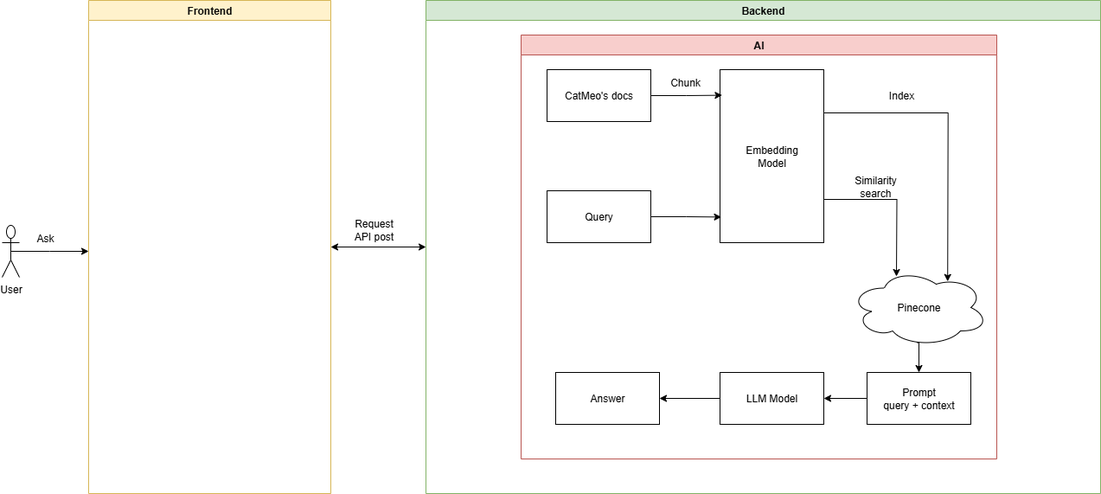
The draw.io diagram architecture/catmeochatbot.png in CatMewChatbotWebsite/CatMeoChatbotWebsite, before a commit. Source tidied: cells renumbered, new cells last; positions are measured from the earlier drawing's top-left corner, leaving out a move shared by most shapes.
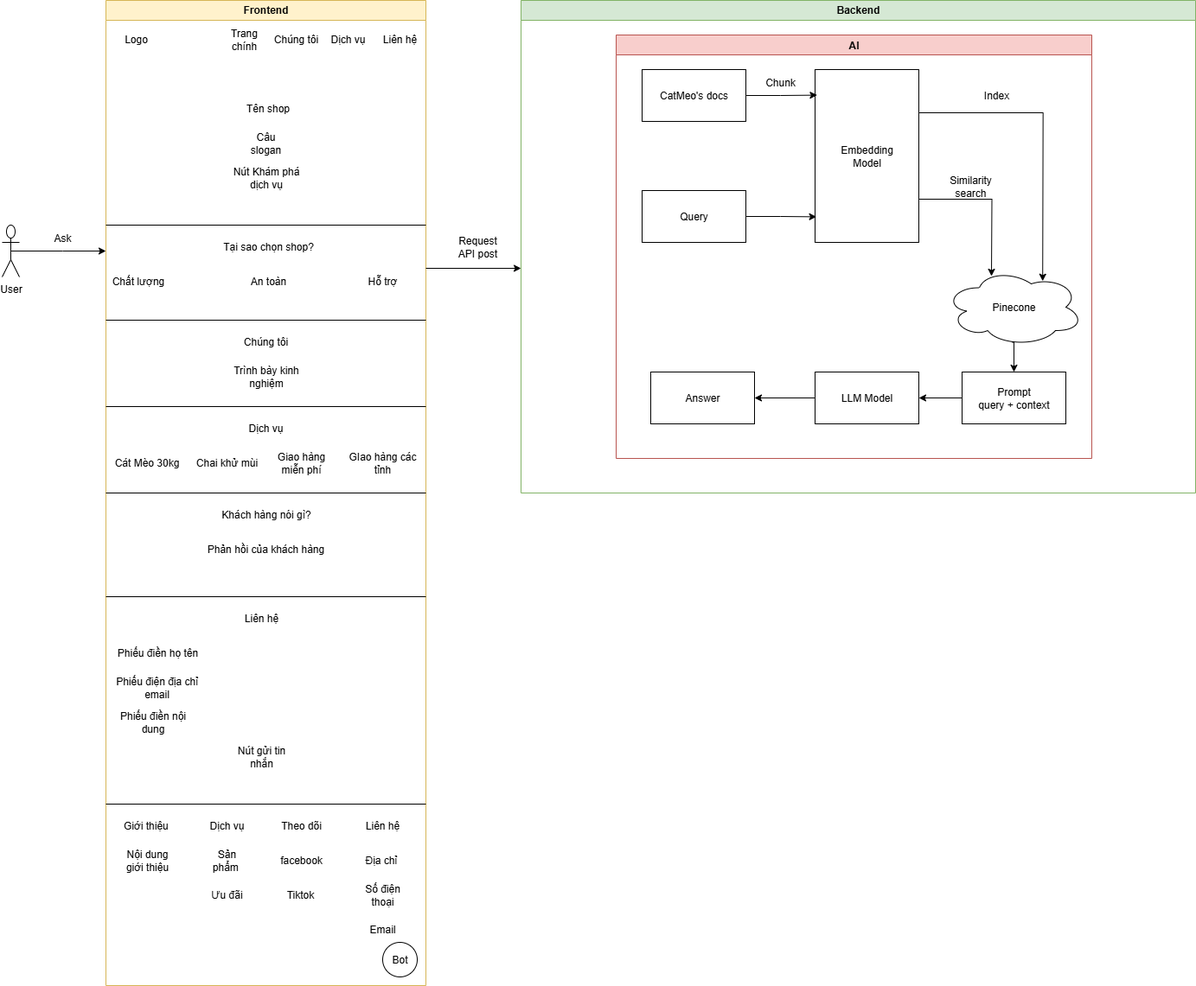
After the change.

The edit, as a diff of the source:
```diff
@@ -67,25 +67,179 @@
     </mxCell>
     <mxCell id="21" style="edgeStyle=orthogonalEdgeStyle;rounded=0;jettySize=auto;html=1;exitX=0.5;exitY=0.5;exitDx=0;exitDy=0;exitPerimeter=0;" parent="1" edge="1" source="22">
       <mxGeometry relative="1" as="geometry">
-        <mxPoint x="100" y="290" as="targetPoint" />
+        <mxPoint x="10" y="290" as="targetPoint" />
       </mxGeometry>
     </mxCell>
     <mxCell id="22" value="User" style="shape=umlActor;verticalLabelPosition=bottom;verticalAlign=top;html=1;outlineConnect=0;" parent="1" vertex="1">
-      <mxGeometry y="260" width="20" height="60" as="geometry" />
+      <mxGeometry x="-110" y="260" width="20" height="60" as="geometry" />
     </mxCell>
     <mxCell id="23" value="Frontend" style="swimlane;whiteSpace=wrap;html=1;fillColor=#fff2cc;strokeColor=#d6b656;" parent="1" vertex="1">
-      <mxGeometry x="100" width="280" height="570" as="geometry" />
+      <mxGeometry x="10" width="370" height="1140" as="geometry" />
     </mxCell>
+    <mxCell id="27" value="Logo" style="text;html=1;align=center;verticalAlign=middle;whiteSpace=wrap;rounded=0;" parent="23" vertex="1">
+      <mxGeometry x="5" y="30" width="60" height="30" as="geometry" />
+    </mxCell>
+    <mxCell id="28" value="Chúng tôi" style="text;html=1;align=center;verticalAlign=middle;whiteSpace=wrap;rounded=0;" parent="23" vertex="1">
+      <mxGeometry x="190" y="30" width="60" height="30" as="geometry" />
+    </mxCell>
+    <mxCell id="29" value="Trang chính" style="text;html=1;align=center;verticalAlign=middle;whiteSpace=wrap;rounded=0;" parent="23" vertex="1">
+      <mxGeometry x="130" y="30" width="60" height="30" as="geometry" />
+    </mxCell>
+    <mxCell id="30" value="Dịch vụ" style="text;html=1;align=center;verticalAlign=middle;whiteSpace=wrap;rounded=0;" parent="23" vertex="1">
+      <mxGeometry x="250" y="30" width="60" height="30" as="geometry" />
+    </mxCell>
+    <mxCell id="31" value="Liên hệ" style="text;html=1;align=center;verticalAlign=middle;whiteSpace=wrap;rounded=0;" parent="23" vertex="1">
+      <mxGeometry x="310" y="30" width="60" height="30" as="geometry" />
+    </mxCell>
+    <mxCell id="32" value="Tên shop" style="text;html=1;align=center;verticalAlign=middle;whiteSpace=wrap;rounded=0;" parent="23" vertex="1">
+      <mxGeometry x="125" y="110" width="125" height="30" as="geometry" />
+    </mxCell>
+    <mxCell id="33" value="Câu slogan" style="text;html=1;align=center;verticalAlign=middle;whiteSpace=wrap;rounded=0;" parent="23" vertex="1">
+      <mxGeometry x="155" y="150" width="60" height="30" as="geometry" />
+    </mxCell>
+    <mxCell id="34" value="Nút Khám phá dịch vụ" style="text;html=1;align=center;verticalAlign=middle;whiteSpace=wrap;rounded=0;" parent="23" vertex="1">
+      <mxGeometry x="142.5" y="190" width="85" height="30" as="geometry" />
+    </mxCell>
+    <mxCell id="35" value="Tại sao chọn shop?" style="text;html=1;align=center;verticalAlign=middle;whiteSpace=wrap;rounded=0;" parent="23" vertex="1">
+      <mxGeometry x="118.8" y="270" width="137.5" height="30" as="geometry" />
+    </mxCell>
+    <mxCell id="36" value="Chất lượng" style="text;html=1;align=center;verticalAlign=middle;whiteSpace=wrap;rounded=0;" parent="23" vertex="1">
+      <mxGeometry x="5" y="310" width="65" height="30" as="geometry" />
+    </mxCell>
+    <mxCell id="37" value="An toàn" style="text;html=1;align=center;verticalAlign=middle;whiteSpace=wrap;rounded=0;" parent="23" vertex="1">
+      <mxGeometry x="157.5" y="310" width="60" height="30" as="geometry" />
+    </mxCell>
+    <mxCell id="38" value="Hỗ trợ" style="text;html=1;align=center;verticalAlign=middle;whiteSpace=wrap;rounded=0;" parent="23" vertex="1">
+      <mxGeometry x="290" y="310" width="60" height="30" as="geometry" />
+    </mxCell>
+    <mxCell id="39" value="Chúng tôi" style="text;html=1;align=center;verticalAlign=middle;whiteSpace=wrap;rounded=0;" parent="23" vertex="1">
+      <mxGeometry x="155" y="380" width="60" height="30" as="geometry" />
+    </mxCell>
+    <mxCell id="40" value="Trình bày kinh nghiệm" style="text;html=1;align=center;verticalAlign=middle;whiteSpace=wrap;rounded=0;" parent="23" vertex="1">
+      <mxGeometry x="132.5" y="420" width="105" height="30" as="geometry" />
+    </mxCell>
+    <mxCell id="41" value="Dịch vụ" style="text;html=1;align=center;verticalAlign=middle;whiteSpace=wrap;rounded=0;" parent="23" vertex="1">
+      <mxGeometry x="155" y="480" width="60" height="30" as="geometry" />
+    </mxCell>
+    <mxCell id="42" value="Cát Mèo 30kg" style="text;html=1;align=center;verticalAlign=middle;whiteSpace=wrap;rounded=0;" parent="23" vertex="1">
+      <mxGeometry x="5" y="520" width="85" height="30" as="geometry" />
+    </mxCell>
+    <mxCell id="43" value="Chai khử mùi" style="text;html=1;align=center;verticalAlign=middle;whiteSpace=wrap;rounded=0;" parent="23" vertex="1">
+      <mxGeometry x="90" y="520" width="100" height="30" as="geometry" />
+    </mxCell>
+    <mxCell id="44" value="Giao hàng miễn phí" style="text;html=1;align=center;verticalAlign=middle;whiteSpace=wrap;rounded=0;" parent="23" vertex="1">
+      <mxGeometry x="196.2" y="520" width="60" height="30" as="geometry" />
+    </mxCell>
+    <mxCell id="45" value="GIao hàng các tỉnh" style="text;html=1;align=center;verticalAlign=middle;whiteSpace=wrap;rounded=0;" parent="23" vertex="1">
+      <mxGeometry x="270" y="520" width="100" height="30" as="geometry" />
+    </mxCell>
+    <mxCell id="46" value="Khách hàng nói gì?" style="text;html=1;align=center;verticalAlign=middle;whiteSpace=wrap;rounded=0;" parent="23" vertex="1">
+      <mxGeometry x="128.8" y="580" width="112.5" height="30" as="geometry" />
+    </mxCell>
+    <mxCell id="47" value="Phản hồi của khách hàng" style="text;html=1;align=center;verticalAlign=middle;whiteSpace=wrap;rounded=0;" parent="23" vertex="1">
+      <mxGeometry x="100" y="620" width="170" height="30" as="geometry" />
+    </mxCell>
+    <mxCell id="48" value="Liên hệ" style="text;html=1;align=center;verticalAlign=middle;whiteSpace=wrap;rounded=0;" parent="23" vertex="1">
+      <mxGeometry x="150" y="700" width="60" height="30" as="geometry" />
+    </mxCell>
+    <mxCell id="49" value="Phiếu điền họ tên" style="text;html=1;align=center;verticalAlign=middle;whiteSpace=wrap;rounded=0;" parent="23" vertex="1">
+      <mxGeometry x="10" y="740" width="100" height="30" as="geometry" />
+    </mxCell>
+    <mxCell id="50" value="Phiếu điện địa chỉ email" style="text;html=1;align=center;verticalAlign=middle;whiteSpace=wrap;rounded=0;" parent="23" vertex="1">
+      <mxGeometry x="-1.2" y="780" width="120" height="30" as="geometry" />
+    </mxCell>
+    <mxCell id="51" value="Phiếu điền nội dung" style="text;html=1;align=center;verticalAlign=middle;whiteSpace=wrap;rounded=0;" parent="23" vertex="1">
+      <mxGeometry x="7.5" y="820" width="92.5" height="30" as="geometry" />
+    </mxCell>
+    <mxCell id="52" value="Nút gửi tin nhắn" style="text;html=1;align=center;verticalAlign=middle;whiteSpace=wrap;rounded=0;" parent="23" vertex="1">
+      <mxGeometry x="150" y="860" width="60" height="30" as="geometry" />
+    </mxCell>
+    <mxCell id="53" value="Giới thiệu&amp;nbsp;&lt;span style=&quot;color: rgba(0, 0, 0, 0); font-family: monospace; font-size: 0px; text-align: start; text-wrap-mode: nowrap;&quot;&gt;%3CmxGraphModel%3E%3Croot%3E%3CmxCell%20id%3D%220%22%2F%3E%3CmxCell%20id%3D%221%22%20parent%3D%220%22%2F%3E%3CmxCell%20id%3D%222%22%20value%3D%22Phi%E1%BA%BFu%20%C4%91i%E1%BB%81n%20h%E1%BB%8D%20t%C3%AAn%22%20style%3D%22text%3Bhtml%3D1%3Balign%3Dcenter%3BverticalAlign%3Dmiddle%3BwhiteSpace%3Dwrap%3Brounded%3D0%3B%22%20vertex%3D%221%22%20parent%3D%221%22%3E%3CmxGeometry%20x%3D%22-570%22%20y%3D%22770%22%20width%3D%22100%22%20height%3D%2230%22%20as%3D%22geometry%22%2F%3E%3C%2FmxCell%3E%3C%2Froot%3E%3C%2FmxGraphModel%3E&lt;/span&gt;" style="text;html=1;align=center;verticalAlign=middle;whiteSpace=wrap;rounded=0;" parent="23" vertex="1">
+      <mxGeometry x="17.5" y="940" width="60" height="30" as="geometry" />
+    </mxCell>
+    <mxCell id="54" value="Dịch vụ" style="text;html=1;align=center;verticalAlign=middle;whiteSpace=wrap;rounded=0;" parent="23" vertex="1">
+      <mxGeometry x="110" y="940" width="60" height="30" as="geometry" />
+    </mxCell>
+    <mxCell id="55" value="Theo dõi" style="text;html=1;align=center;verticalAlign=middle;whiteSpace=wrap;rounded=0;" parent="23" vertex="1">
+      <mxGeometry x="196.2" y="940" width="60" height="30" as="geometry" />
+    </mxCell>
+    <mxCell id="56" value="Liên hệ" style="text;html=1;align=center;verticalAlign=middle;whiteSpace=wrap;rounded=0;" parent="23" vertex="1">
+      <mxGeometry x="290" y="940" width="60" height="30" as="geometry" />
+    </mxCell>
+    <mxCell id="57" value="Nội dung giới thiệu" style="text;html=1;align=center;verticalAlign=middle;whiteSpace=wrap;rounded=0;" parent="23" vertex="1">
+      <mxGeometry x="17.5" y="980" width="60" height="30" as="geometry" />
+    </mxCell>
+    <mxCell id="58" value="Sản phẩm&amp;nbsp;" style="text;html=1;align=center;verticalAlign=middle;whiteSpace=wrap;rounded=0;" parent="23" vertex="1">
+      <mxGeometry x="110" y="980" width="60" height="30" as="geometry" />
+    </mxCell>
+    <mxCell id="59" value="Ưu đãi" style="text;html=1;align=center;verticalAlign=middle;whiteSpace=wrap;rounded=0;" parent="23" vertex="1">
+      <mxGeometry x="110" y="1020" width="60" height="30" as="geometry" />
+    </mxCell>
+    <mxCell id="60" value="facebook" style="text;html=1;align=center;verticalAlign=middle;whiteSpace=wrap;rounded=0;" parent="23" vertex="1">
+      <mxGeometry x="196.2" y="980" width="60" height="30" as="geometry" />
+    </mxCell>
+    <mxCell id="61" value="Tiktok" style="text;html=1;align=center;verticalAlign=middle;whiteSpace=wrap;rounded=0;" parent="23" vertex="1">
+      <mxGeometry x="190" y="1020" width="70" height="30" as="geometry" />
+    </mxCell>
+    <mxCell id="62" value="Địa chỉ&amp;nbsp;" style="text;html=1;align=center;verticalAlign=middle;whiteSpace=wrap;rounded=0;" parent="23" vertex="1">
+      <mxGeometry x="290" y="980" width="60" height="30" as="geometry" />
+    </mxCell>
+    <mxCell id="63" value="Số điện thoại" style="text;html=1;align=center;verticalAlign=middle;whiteSpace=wrap;rounded=0;" parent="23" vertex="1">
+      <mxGeometry x="290" y="1020" width="60" height="30" as="geometry" />
+    </mxCell>
+    <mxCell id="64" value="Email" style="text;html=1;align=center;verticalAlign=middle;whiteSpace=wrap;rounded=0;" parent="23" vertex="1">
+      <mxGeometry x="290" y="1060" width="60" height="30" as="geometry" />
+    </mxCell>
+    <mxCell id="65" value="Bot" style="ellipse;whiteSpace=wrap;html=1;" parent="23" vertex="1">
+      <mxGeometry x="320" y="1090" width="40" height="40" as="geometry" />
+    </mxCell>
     <mxCell id="24" value="Ask" style="text;html=1;align=center;verticalAlign=middle;whiteSpace=wrap;rounded=0;" parent="1" vertex="1">
-      <mxGeometry x="20" y="260" width="60" height="30" as="geometry" />
+      <mxGeometry x="-70" y="260" width="60" height="30" as="geometry" />
     </mxCell>
-    <mxCell id="25" style="endArrow=classic;startArrow=classic;html=1;rounded=0;entryX=0;entryY=0.5;entryDx=0;entryDy=0;exitX=1;exitY=0.5;exitDx=0;exitDy=0;" parent="1" edge="1" source="23">
-      <mxGeometry relative="1" as="geometry">
-        <mxPoint x="490" y="285" as="targetPoint" />
-      </mxGeometry>
-    </mxCell>
     <mxCell id="26" value="Request API post" style="text;html=1;align=center;verticalAlign=middle;whiteSpace=wrap;rounded=0;" parent="1" vertex="1">
-      <mxGeometry x="400" y="250" width="60" height="30" as="geometry" />
+      <mxGeometry x="410" y="270" width="60" height="30" as="geometry" />
     </mxCell>
+    <mxCell id="66" style="endArrow=none;html=1;rounded=0;" parent="1" edge="1">
+      <mxGeometry relative="1" as="geometry">
+        <mxPoint x="10" y="260" as="sourcePoint" />
+        <mxPoint x="380" y="260" as="targetPoint" />
+      </mxGeometry>
+    </mxCell>
+    <mxCell id="67" style="endArrow=none;html=1;rounded=0;" parent="1" edge="1">
+      <mxGeometry relative="1" as="geometry">
+        <mxPoint x="10" y="370" as="sourcePoint" />
+        <mxPoint x="380" y="370" as="targetPoint" />
+      </mxGeometry>
+    </mxCell>
+    <mxCell id="68" style="endArrow=none;html=1;rounded=0;" parent="1" edge="1">
+      <mxGeometry relative="1" as="geometry">
+        <mxPoint x="10" y="470" as="sourcePoint" />
+        <mxPoint x="380" y="470" as="targetPoint" />
+      </mxGeometry>
+    </mxCell>
+    <mxCell id="69" style="endArrow=none;html=1;rounded=0;" parent="1" edge="1">
+      <mxGeometry relative="1" as="geometry">
+        <mxPoint x="10" y="570" as="sourcePoint" />
+        <mxPoint x="380" y="570" as="targetPoint" />
+      </mxGeometry>
+    </mxCell>
+    <mxCell id="70" style="endArrow=none;html=1;rounded=0;" parent="1" edge="1">
+      <mxGeometry relative="1" as="geometry">
+        <mxPoint x="10" y="690" as="sourcePoint" />
+        <mxPoint x="380" y="690" as="targetPoint" />
+      </mxGeometry>
+    </mxCell>
+    <mxCell id="71" style="endArrow=none;html=1;rounded=0;" parent="1" edge="1">
+      <mxGeometry relative="1" as="geometry">
+        <mxPoint x="10" y="930" as="sourcePoint" />
+        <mxPoint x="380" y="930" as="targetPoint" />
+      </mxGeometry>
+    </mxCell>
+    <mxCell id="72" style="endArrow=classic;html=1;rounded=0;" parent="1" edge="1">
+      <mxGeometry relative="1" as="geometry">
+        <mxPoint x="380" y="310" as="sourcePoint" />
+        <mxPoint x="490" y="310" as="targetPoint" />
+      </mxGeometry>
+    </mxCell>
   </root>
 </mxGraphModel>
```
